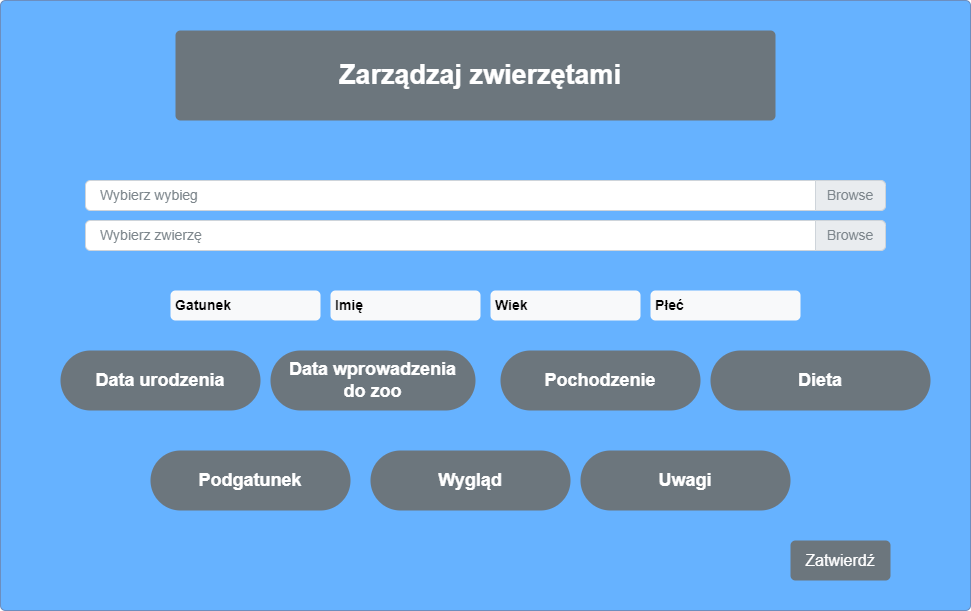
This is Diagramy/InterfejsKartoteka.drawio.png from Karczykowski/Psi, a draw.io export, as it was before one commit. Source tidied: cells renumbered, new cells last; positions are measured from the earlier drawing's top-left corner, leaving out a move shared by most shapes.
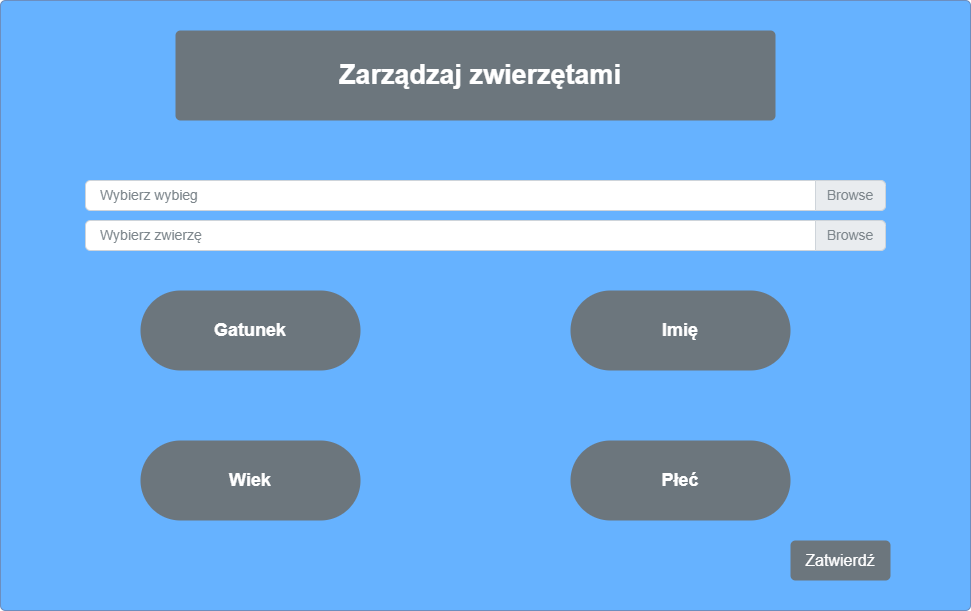
The same diagram one commit later.

The edit, as a diff of the source:
```diff
@@ -27,38 +27,17 @@
         <mxPoint x="-70" as="offset" />
       </mxGeometry>
     </mxCell>
-    <mxCell id="9" value="Gatunek" style="html=1;shadow=0;dashed=0;shape=mxgraph.bootstrap.rrect;rSize=5;strokeColor=none;strokeWidth=1;fillColor=#F8F9FA;fontColor=#000000;whiteSpace=wrap;align=left;verticalAlign=middle;spacingLeft=0;fontStyle=1;fontSize=14;spacing=5;" parent="1" vertex="1">
-      <mxGeometry x="170" y="290" width="150" height="30" as="geometry" />
-    </mxCell>
-    <mxCell id="10" value="Data urodzenia" style="rounded=1;whiteSpace=wrap;html=1;arcSize=50;strokeColor=none;strokeWidth=1;fillColor=#6C767D;fontColor=#FFFFFF;whiteSpace=wrap;align=center;verticalAlign=middle;spacingLeft=0;fontStyle=1;fontSize=18;spacing=10;" parent="1" vertex="1">
-      <mxGeometry x="60" y="350" width="200" height="60" as="geometry" />
+    <mxCell id="10" value="Gatunek" style="rounded=1;whiteSpace=wrap;html=1;arcSize=50;strokeColor=none;strokeWidth=1;fillColor=#6C767D;fontColor=#FFFFFF;whiteSpace=wrap;align=center;verticalAlign=middle;spacingLeft=0;fontStyle=1;fontSize=18;spacing=10;" parent="1" vertex="1">
+      <mxGeometry x="140" y="290" width="220" height="80" as="geometry" />
     </mxCell>
-    <mxCell id="11" value="Data wprowadzenia do zoo" style="rounded=1;whiteSpace=wrap;html=1;arcSize=50;strokeColor=none;strokeWidth=1;fillColor=#6C767D;fontColor=#FFFFFF;whiteSpace=wrap;align=center;verticalAlign=middle;spacingLeft=0;fontStyle=1;fontSize=18;spacing=10;" parent="1" vertex="1">
-      <mxGeometry x="270" y="350" width="205" height="60" as="geometry" />
+    <mxCell id="11" value="Imię" style="rounded=1;whiteSpace=wrap;html=1;arcSize=50;strokeColor=none;strokeWidth=1;fillColor=#6C767D;fontColor=#FFFFFF;whiteSpace=wrap;align=center;verticalAlign=middle;spacingLeft=0;fontStyle=1;fontSize=18;spacing=10;" parent="1" vertex="1">
+      <mxGeometry x="570" y="290" width="220" height="80" as="geometry" />
     </mxCell>
-    <mxCell id="12" value="Pochodzenie" style="rounded=1;whiteSpace=wrap;html=1;arcSize=50;strokeColor=none;strokeWidth=1;fillColor=#6C767D;fontColor=#FFFFFF;whiteSpace=wrap;align=center;verticalAlign=middle;spacingLeft=0;fontStyle=1;fontSize=18;spacing=10;" parent="1" vertex="1">
-      <mxGeometry x="500" y="350" width="200" height="60" as="geometry" />
+    <mxCell id="12" value="Wiek" style="rounded=1;whiteSpace=wrap;html=1;arcSize=50;strokeColor=none;strokeWidth=1;fillColor=#6C767D;fontColor=#FFFFFF;whiteSpace=wrap;align=center;verticalAlign=middle;spacingLeft=0;fontStyle=1;fontSize=18;spacing=10;" parent="1" vertex="1">
+      <mxGeometry x="140" y="440" width="220" height="80" as="geometry" />
     </mxCell>
-    <mxCell id="13" value="Dieta" style="rounded=1;whiteSpace=wrap;html=1;arcSize=50;strokeColor=none;strokeWidth=1;fillColor=#6C767D;fontColor=#FFFFFF;whiteSpace=wrap;align=center;verticalAlign=middle;spacingLeft=0;fontStyle=1;fontSize=18;spacing=10;" parent="1" vertex="1">
-      <mxGeometry x="710" y="350" width="220" height="60" as="geometry" />
+    <mxCell id="13" value="Płeć" style="rounded=1;whiteSpace=wrap;html=1;arcSize=50;strokeColor=none;strokeWidth=1;fillColor=#6C767D;fontColor=#FFFFFF;whiteSpace=wrap;align=center;verticalAlign=middle;spacingLeft=0;fontStyle=1;fontSize=18;spacing=10;" parent="1" vertex="1">
+      <mxGeometry x="570" y="440" width="220" height="80" as="geometry" />
     </mxCell>
-    <mxCell id="14" value="Podgatunek" style="rounded=1;whiteSpace=wrap;html=1;arcSize=50;strokeColor=none;strokeWidth=1;fillColor=#6C767D;fontColor=#FFFFFF;whiteSpace=wrap;align=center;verticalAlign=middle;spacingLeft=0;fontStyle=1;fontSize=18;spacing=10;" parent="1" vertex="1">
-      <mxGeometry x="150" y="450" width="200" height="60" as="geometry" />
-    </mxCell>
-    <mxCell id="15" value="Wygląd" style="rounded=1;whiteSpace=wrap;html=1;arcSize=50;strokeColor=none;strokeWidth=1;fillColor=#6C767D;fontColor=#FFFFFF;whiteSpace=wrap;align=center;verticalAlign=middle;spacingLeft=0;fontStyle=1;fontSize=18;spacing=10;" parent="1" vertex="1">
-      <mxGeometry x="370" y="450" width="200" height="60" as="geometry" />
-    </mxCell>
-    <mxCell id="16" value="Uwagi" style="rounded=1;whiteSpace=wrap;html=1;arcSize=50;strokeColor=none;strokeWidth=1;fillColor=#6C767D;fontColor=#FFFFFF;whiteSpace=wrap;align=center;verticalAlign=middle;spacingLeft=0;fontStyle=1;fontSize=18;spacing=10;" parent="1" vertex="1">
-      <mxGeometry x="580" y="450" width="210" height="60" as="geometry" />
-    </mxCell>
-    <mxCell id="17" value="Imię" style="html=1;shadow=0;dashed=0;shape=mxgraph.bootstrap.rrect;rSize=5;strokeColor=none;strokeWidth=1;fillColor=#F8F9FA;fontColor=#000000;whiteSpace=wrap;align=left;verticalAlign=middle;spacingLeft=0;fontStyle=1;fontSize=14;spacing=5;" parent="1" vertex="1">
-      <mxGeometry x="330" y="290" width="150" height="30" as="geometry" />
-    </mxCell>
-    <mxCell id="18" value="Wiek" style="html=1;shadow=0;dashed=0;shape=mxgraph.bootstrap.rrect;rSize=5;strokeColor=none;strokeWidth=1;fillColor=#F8F9FA;fontColor=#000000;whiteSpace=wrap;align=left;verticalAlign=middle;spacingLeft=0;fontStyle=1;fontSize=14;spacing=5;" parent="1" vertex="1">
-      <mxGeometry x="490" y="290" width="150" height="30" as="geometry" />
-    </mxCell>
-    <mxCell id="19" value="Płeć" style="html=1;shadow=0;dashed=0;shape=mxgraph.bootstrap.rrect;rSize=5;strokeColor=none;strokeWidth=1;fillColor=#F8F9FA;fontColor=#000000;whiteSpace=wrap;align=left;verticalAlign=middle;spacingLeft=0;fontStyle=1;fontSize=14;spacing=5;" parent="1" vertex="1">
-      <mxGeometry x="650" y="290" width="150" height="30" as="geometry" />
-    </mxCell>
   </root>
 </mxGraphModel>
```
